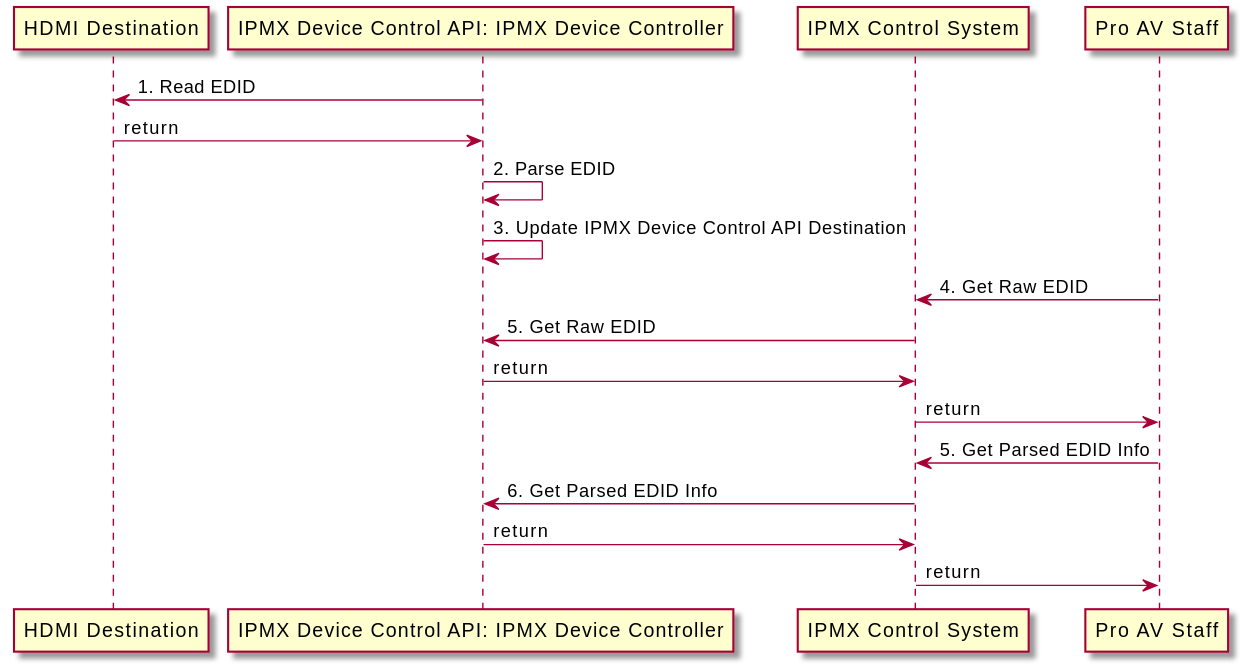
The PlantUML diagram docs/images/svg/edid_retrieving_sequence.svg in AMWA-TV/bcp-005-01, before a commit.
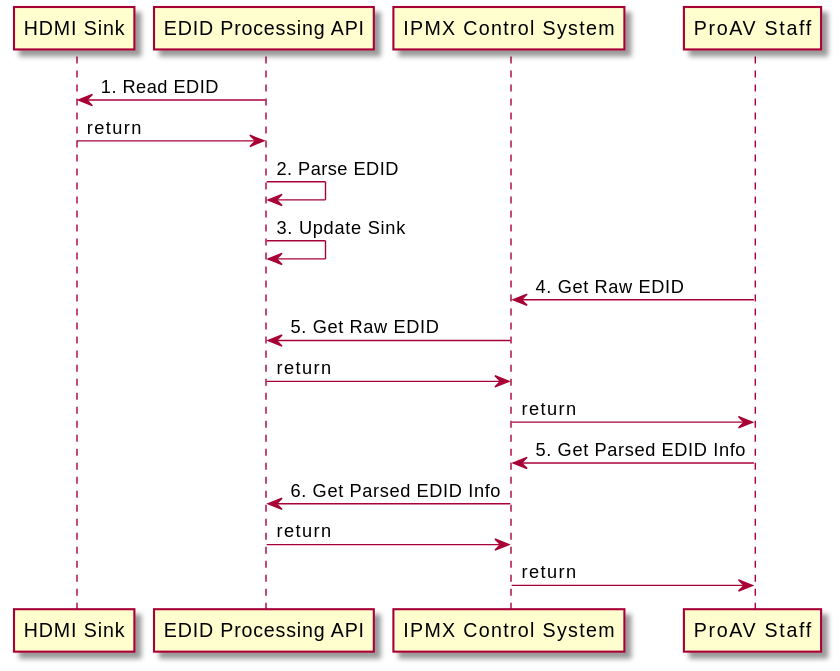
After the change.

Diff of the diagram source:
```diff
@@ -1,19 +1,19 @@
 @startuml
-participant "HDMI Destination"
-participant "IPMX Device Control API: IPMX Device Controller"
+participant "HDMI Sink"
+participant "EDID Processing API"
 participant "IPMX Control System"
-participant "Pro AV Staff"
+participant "ProAV Staff"
 
-"HDMI Destination" <- "IPMX Device Control API: IPMX Device Controller": 1. Read EDID
-"HDMI Destination" -> "IPMX Device Control API: IPMX Device Controller": return
-"IPMX Device Control API: IPMX Device Controller" -> "IPMX Device Control API: IPMX Device Controller": 2. Parse EDID
-"IPMX Device Control API: IPMX Device Controller" -> "IPMX Device Control API: IPMX Device Controller": 3. Update IPMX Device Control API Destination
-"IPMX Control System" <- "Pro AV Staff": 4. Get Raw EDID
-"IPMX Control System" -> "IPMX Device Control API: IPMX Device Controller": 5. Get Raw EDID
-"IPMX Control System" <- "IPMX Device Control API: IPMX Device Controller": return
-"IPMX Control System" -> "Pro AV Staff": return
-"IPMX Control System" <- "Pro AV Staff": 5. Get Parsed EDID Info
-"IPMX Control System" -> "IPMX Device Control API: IPMX Device Controller": 6. Get Parsed EDID Info
-"IPMX Control System" <- "IPMX Device Control API: IPMX Device Controller": return
-"IPMX Control System" -> "Pro AV Staff": return
+"HDMI Sink" <- "EDID Processing API": 1. Read EDID
+"HDMI Sink" -> "EDID Processing API": return
+"EDID Processing API" -> "EDID Processing API": 2. Parse EDID
+"EDID Processing API" -> "EDID Processing API": 3. Update Sink
+"IPMX Control System" <- "ProAV Staff": 4. Get Raw EDID
+"IPMX Control System" -> "EDID Processing API": 5. Get Raw EDID
+"IPMX Control System" <- "EDID Processing API": return
+"IPMX Control System" -> "ProAV Staff": return
+"IPMX Control System" <- "ProAV Staff": 5. Get Parsed EDID Info
+"IPMX Control System" -> "EDID Processing API": 6. Get Parsed EDID Info
+"IPMX Control System" <- "EDID Processing API": return
+"IPMX Control System" -> "ProAV Staff": return
 @enduml
```
